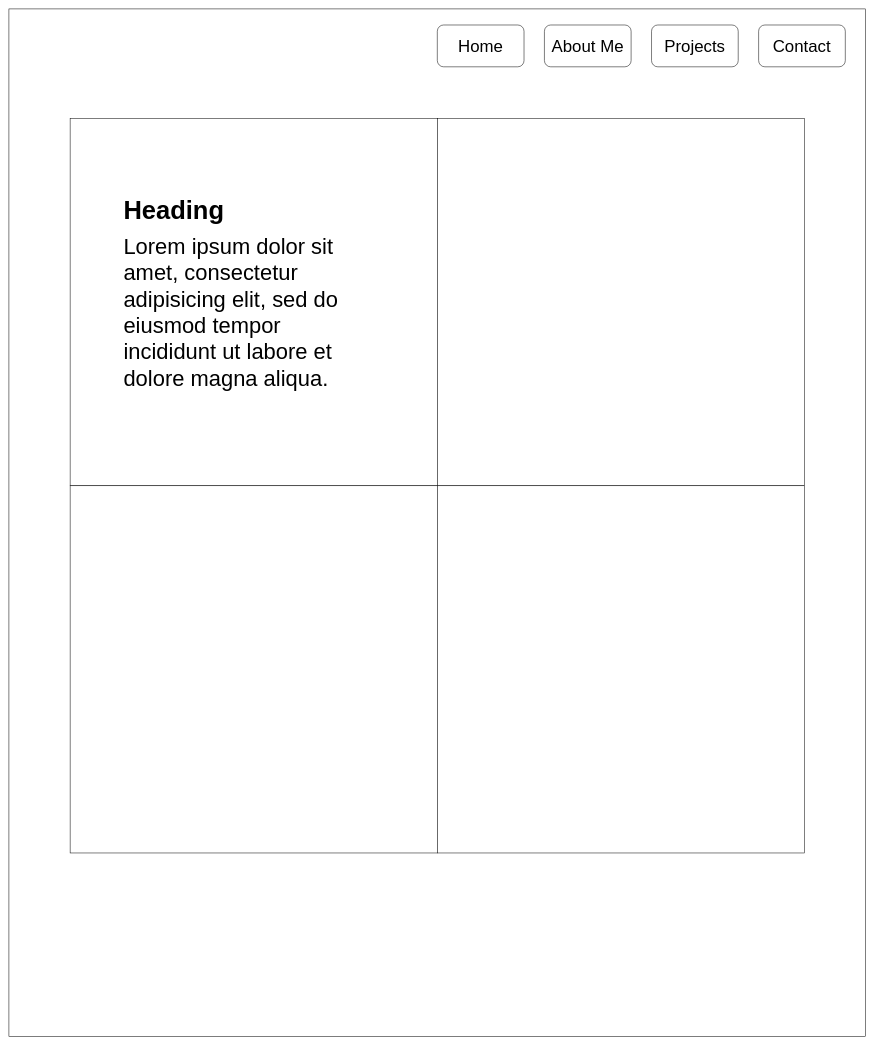
MichelleRoubikLee/LearningWireframing keeps this draw.io diagram as Untitled Diagram.drawio. Above is the earlier version. Source tidied: cells renumbered, new cells numbered last; positions are measured from the earlier drawing's top-left corner, leaving out a move shared by most shapes. Both pictures are drawn from the tidied source at 51%, with x=0, y=0 at pixel (9, 9).
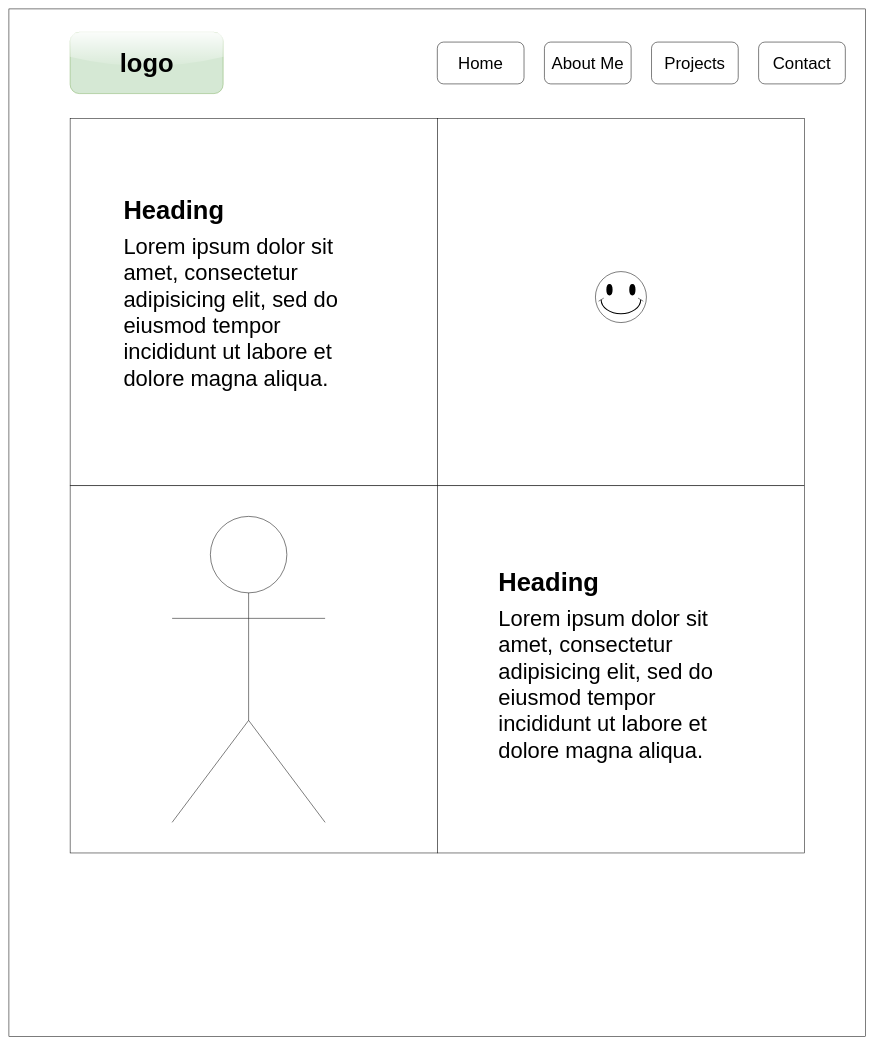
Above is the later version.

The edit, as a diff of the source:
```diff
@@
 <mxGraphModel>
   <root>
     <mxCell id="0" />
     <mxCell id="1" parent="0" />
     <mxCell id="2" style="rounded=0;whiteSpace=wrap;html=1;" parent="1" vertex="1">
       <mxGeometry width="1680" height="2015" as="geometry" />
     </mxCell>
     <mxCell id="3" value="&lt;font style=&quot;font-size: 33px&quot;&gt;About Me&lt;/font&gt;" style="rounded=1;whiteSpace=wrap;html=1;" parent="1" vertex="1">
-      <mxGeometry x="1050" y="31.5" width="170" height="82" as="geometry" />
+      <mxGeometry x="1050" y="65" width="170" height="82" as="geometry" />
     </mxCell>
     <mxCell id="4" value="&lt;font style=&quot;font-size: 33px&quot;&gt;Home&lt;/font&gt;" style="rounded=1;whiteSpace=wrap;html=1;" parent="1" vertex="1">
-      <mxGeometry x="840" y="31.5" width="170" height="82" as="geometry" />
+      <mxGeometry x="840" y="65" width="170" height="82" as="geometry" />
     </mxCell>
     <mxCell id="5" value="&lt;font style=&quot;font-size: 33px&quot;&gt;Projects&lt;/font&gt;" style="rounded=1;whiteSpace=wrap;html=1;" parent="1" vertex="1">
-      <mxGeometry x="1260" y="31.5" width="170" height="82" as="geometry" />
+      <mxGeometry x="1260" y="65" width="170" height="82" as="geometry" />
     </mxCell>
     <mxCell id="6" value="&lt;font style=&quot;font-size: 33px&quot;&gt;Contact&lt;/font&gt;" style="rounded=1;whiteSpace=wrap;html=1;" parent="1" vertex="1">
-      <mxGeometry x="1470" y="31.5" width="170" height="82" as="geometry" />
+      <mxGeometry x="1470" y="65" width="170" height="82" as="geometry" />
     </mxCell>
     <mxCell id="7" style="whiteSpace=wrap;html=1;" parent="1" vertex="1">
       <mxGeometry x="120" y="215" width="720" height="720" as="geometry" />
     </mxCell>
     <mxCell id="8" style="whiteSpace=wrap;html=1;" parent="1" vertex="1">
       <mxGeometry x="840" y="215" width="720" height="720" as="geometry" />
     </mxCell>
     <mxCell id="9" style="whiteSpace=wrap;html=1;" parent="1" vertex="1">
       <mxGeometry x="120" y="935" width="720" height="720" as="geometry" />
     </mxCell>
     <mxCell id="10" style="whiteSpace=wrap;html=1;" parent="1" vertex="1">
       <mxGeometry x="840" y="935" width="720" height="720" as="geometry" />
     </mxCell>
     <mxCell id="11" value="&lt;h1&gt;&lt;font style=&quot;font-size: 50px&quot;&gt;Heading&lt;/font&gt;&lt;/h1&gt;&lt;p&gt;&lt;font style=&quot;font-size: 43px&quot;&gt;Lorem ipsum dolor sit amet, consectetur adipisicing elit, sed do eiusmod tempor incididunt ut labore et dolore magna aliqua.&lt;/font&gt;&lt;/p&gt;" style="text;html=1;strokeColor=none;fillColor=none;spacing=5;spacingTop=-20;whiteSpace=wrap;overflow=hidden;rounded=0;align=left;verticalAlign=middle;" parent="1" vertex="1">
       <mxGeometry x="220" y="305" width="490" height="520" as="geometry" />
     </mxCell>
+    <mxCell id="12" value="&lt;h1&gt;&lt;font style=&quot;font-size: 50px&quot;&gt;Heading&lt;/font&gt;&lt;/h1&gt;&lt;p&gt;&lt;font style=&quot;font-size: 43px&quot;&gt;Lorem ipsum dolor sit amet, consectetur adipisicing elit, sed do eiusmod tempor incididunt ut labore et dolore magna aliqua.&lt;/font&gt;&lt;/p&gt;" style="text;html=1;strokeColor=none;fillColor=none;spacing=5;spacingTop=-20;whiteSpace=wrap;overflow=hidden;rounded=0;align=left;verticalAlign=middle;" parent="1" vertex="1">
+      <mxGeometry x="955" y="1035" width="490" height="520" as="geometry" />
+    </mxCell>
+    <mxCell id="13" style="verticalLabelPosition=bottom;verticalAlign=top;html=1;shape=mxgraph.basic.smiley;align=left;" parent="1" vertex="1">
+      <mxGeometry x="1150" y="515" width="100" height="100" as="geometry" />
+    </mxCell>
+    <mxCell id="14" value="&lt;br&gt;" style="shape=umlActor;verticalLabelPosition=bottom;verticalAlign=top;html=1;align=left;" parent="1" vertex="1">
+      <mxGeometry x="320" y="995" width="300" height="600" as="geometry" />
+    </mxCell>
+    <mxCell id="15" value="&lt;font style=&quot;font-size: 50px&quot;&gt;logo&lt;/font&gt;" style="text;strokeColor=#82b366;fillColor=#d5e8d4;html=1;fontSize=24;fontStyle=1;verticalAlign=middle;align=center;rounded=1;glass=1;" parent="1" vertex="1">
+      <mxGeometry x="120" y="46" width="300" height="120" as="geometry" />
+    </mxCell>
   </root>
 </mxGraphModel>
```
